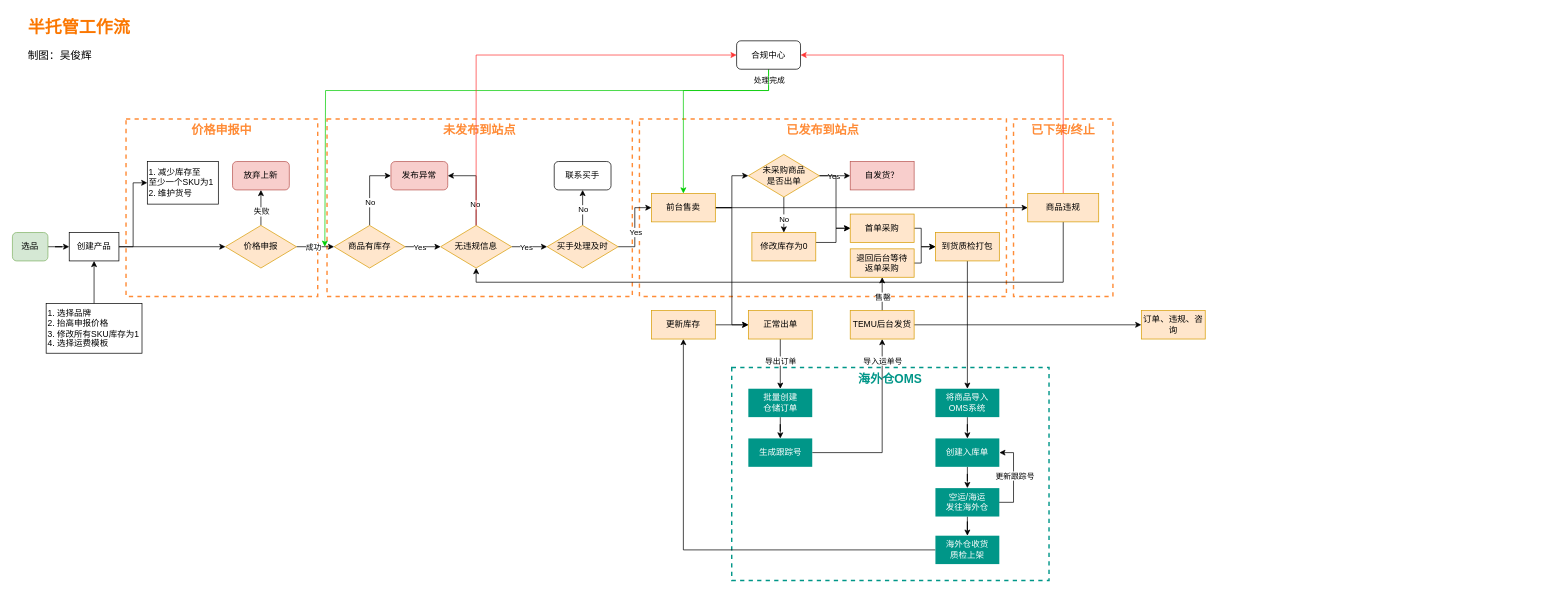
Wu-JunHui/Drawings keeps this draw.io diagram as Semi-Managed Workflow.drawio. Above is the earlier version. Source tidied: cells renumbered, new cells numbered last; positions are measured from the earlier drawing's top-left corner, leaving out a move shared by most shapes. Both pictures are drawn from the tidied source at 71%, with x=0, y=0 at pixel (12, 12).
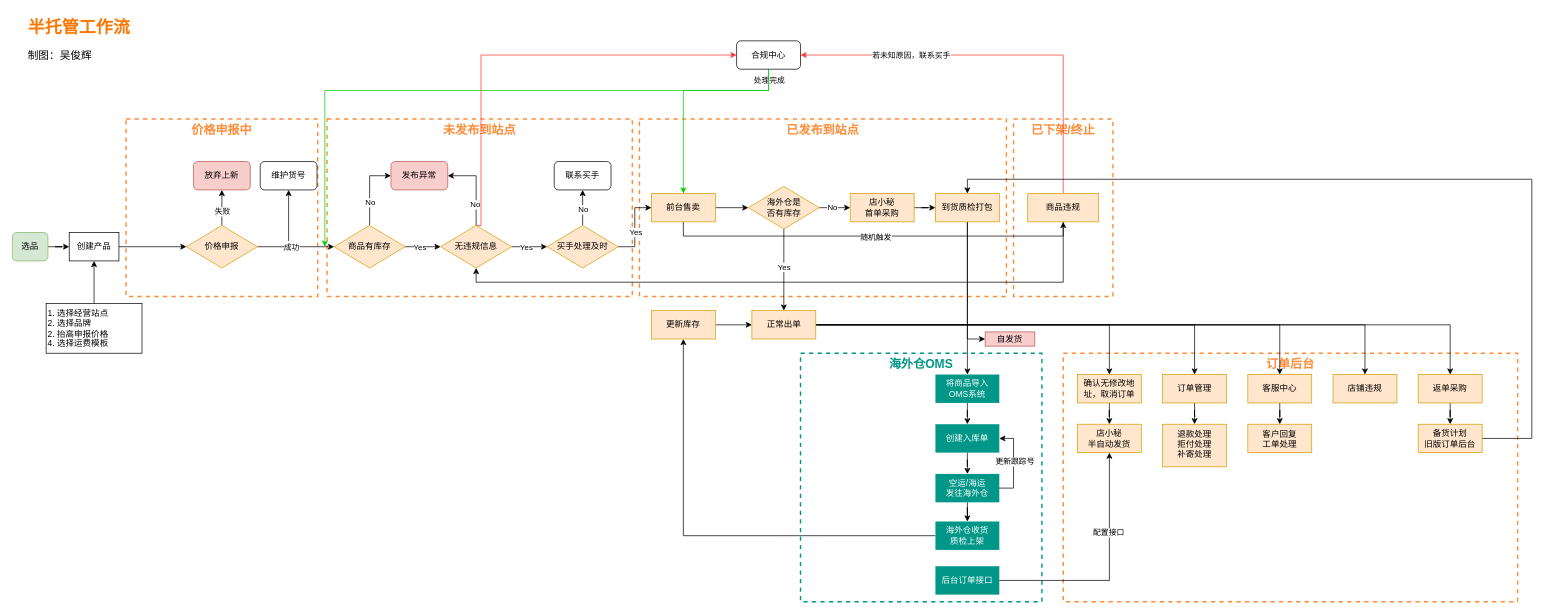
The same page after the edit.

Unchanged cells that the change refers to:
```xml
<mxCell id="11" value="创建产品" style="rounded=0;whiteSpace=wrap;html=1;" parent="1" vertex="1">
  <mxGeometry x="80" y="310" width="70" height="40" as="geometry" />
</mxCell>
<mxCell id="21" value="前台售卖" style="whiteSpace=wrap;html=1;fillColor=#ffe6cc;strokeColor=#d79b00;rounded=0;" parent="1" vertex="1">
  <mxGeometry x="900" y="255" width="90" height="40" as="geometry" />
</mxCell>
<mxCell id="31" value="无违规信息" style="rhombus;whiteSpace=wrap;html=1;rounded=0;fillColor=#ffe6cc;strokeColor=#d79b00;" parent="1" vertex="1">
  <mxGeometry x="603.1" y="300" width="100" height="60" as="geometry" />
</mxCell>
<mxCell id="42" value="合规中心" style="rounded=1;whiteSpace=wrap;html=1;" parent="1" vertex="1">
  <mxGeometry x="1020" y="40" width="90" height="40" as="geometry" />
</mxCell>
<mxCell id="43" style="edgeStyle=orthogonalEdgeStyle;rounded=0;jettySize=auto;html=1;entryX=1;entryY=0.5;entryDx=0;entryDy=0;exitX=0.5;exitY=0;exitDx=0;exitDy=0;strokeColor=#FF3333;" parent="1" edge="1" source="45" target="42">
  <mxGeometry relative="1" as="geometry">
    <Array as="points">
      <mxPoint x="1480" y="60" />
    </Array>
  </mxGeometry>
</mxCell>
<mxCell id="45" value="商品违规" style="whiteSpace=wrap;html=1;fillColor=#ffe6cc;strokeColor=#d79b00;rounded=0;" parent="1" vertex="1">
  <mxGeometry x="1430" y="255" width="100" height="40" as="geometry" />
</mxCell>
```

What changed in the source:
```diff
@@
+    <mxCell id="91" value="订单后台" style="rounded=0;whiteSpace=wrap;html=1;align=center;fillColor=none;horizontal=1;verticalAlign=top;fontColor=#ff8b36;fontStyle=1;fontSize=17;strokeWidth=2;strokeColor=#ff8c37;dashed=1;" parent="1" vertex="1">
+      <mxGeometry x="1480" y="480" width="640" height="350" as="geometry" />
+    </mxCell>
     <mxCell id="2" value="&lt;font&gt;海外仓OMS&lt;/font&gt;" style="rounded=0;whiteSpace=wrap;html=1;align=center;fillColor=none;horizontal=1;verticalAlign=top;fontColor=#009688;fontStyle=1;fontSize=17;strokeWidth=2;strokeColor=#009688;dashed=1;" parent="1" vertex="1">
-      <mxGeometry x="1013.1" y="500" width="446.9" height="300" as="geometry" />
+      <mxGeometry x="1110" y="480" width="340" height="350" as="geometry" />
     </mxCell>
@@
-    <mxCell id="9" style="edgeStyle=orthogonalEdgeStyle;rounded=0;jettySize=auto;html=1;entryX=0;entryY=0.5;entryDx=0;entryDy=0;" parent="1" edge="1" source="11" target="47">
-      <mxGeometry relative="1" as="geometry" />
-    </mxCell>
@@
     <mxCell id="16" value="价格申报" style="rhombus;whiteSpace=wrap;html=1;rounded=0;fillColor=#ffe6cc;strokeColor=#d79b00;" parent="1" vertex="1">
-      <mxGeometry x="300" y="300" width="100" height="60" as="geometry" />
+      <mxGeometry x="245" y="300" width="100" height="60" as="geometry" />
     </mxCell>
     <mxCell id="17" value="放弃上新" style="rounded=1;whiteSpace=wrap;html=1;fillColor=#f8cecc;strokeColor=#b85450;" parent="1" vertex="1">
-      <mxGeometry x="310" y="210" width="80" height="40" as="geometry" />
+      <mxGeometry x="255" y="210" width="80" height="40" as="geometry" />
     </mxCell>
@@
-    <mxCell id="19" style="edgeStyle=orthogonalEdgeStyle;rounded=0;jettySize=auto;html=1;entryX=0;entryY=0.5;entryDx=0;entryDy=0;" parent="1" edge="1" source="21" target="75">
-      <mxGeometry relative="1" as="geometry" />
-    </mxCell>
-    <mxCell id="20" style="edgeStyle=orthogonalEdgeStyle;rounded=0;jettySize=auto;html=1;entryX=0;entryY=0.5;entryDx=0;entryDy=0;" parent="1" edge="1" source="21" target="45">
-      <mxGeometry relative="1" as="geometry" />
+    <mxCell id="20" style="edgeStyle=orthogonalEdgeStyle;rounded=0;jettySize=auto;html=1;entryX=0.5;entryY=1;entryDx=0;entryDy=0;" parent="1" edge="1" source="21" target="45">
+      <mxGeometry relative="1" as="geometry">
+        <Array as="points">
+          <mxPoint x="945" y="315" />
+          <mxPoint x="1480" y="315" />
+        </Array>
+      </mxGeometry>
     </mxCell>
+    <mxCell id="92" value="随机触发" style="edgeLabel;html=1;align=center;verticalAlign=middle;" parent="20" vertex="1">
+      <mxGeometry x="0.01" y="-1" relative="1" as="geometry" />
+    </mxCell>
@@
     <mxCell id="41" style="edgeStyle=orthogonalEdgeStyle;rounded=0;jettySize=auto;html=1;strokeColor=#00CC00;" parent="1" edge="1" source="42">
       <mxGeometry relative="1" as="geometry">
         <mxPoint x="440" y="330" as="targetPoint" />
         <Array as="points">
           <mxPoint x="1065" y="110" />
-          <mxPoint x="441" y="110" />
-          <mxPoint x="441" y="330" />
+          <mxPoint x="440" y="110" />
         </Array>
       </mxGeometry>
     </mxCell>
@@
+    <mxCell id="93" value="若未知原因，联系买手" style="edgeLabel;html=1;align=center;verticalAlign=middle;" parent="43" vertex="1">
+      <mxGeometry x="0.45" relative="1" as="geometry" />
+    </mxCell>
@@
     <mxCell id="46" style="edgeStyle=orthogonalEdgeStyle;rounded=0;jettySize=auto;html=1;entryX=0;entryY=0.5;entryDx=0;entryDy=0;exitX=0.5;exitY=0;exitDx=0;exitDy=0;strokeColor=#FF3333;" parent="1" edge="1" source="31" target="42">
-      <mxGeometry relative="1" as="geometry" />
+      <mxGeometry relative="1" as="geometry">
+        <Array as="points">
+          <mxPoint x="660" y="300" />
+          <mxPoint x="660" y="60" />
+        </Array>
+      </mxGeometry>
     </mxCell>
-    <mxCell id="47" value="&lt;div style=&quot;&quot;&gt;&lt;span style=&quot;background-color: initial;&quot;&gt;1. 减少库存至&lt;/span&gt;&lt;/div&gt;&lt;div&gt;至少一个SKU为1&lt;/div&gt;&lt;div&gt;2. 维护货号&lt;/div&gt;" style="rounded=0;whiteSpace=wrap;html=1;spacingTop=0;align=left;" parent="1" vertex="1">
-      <mxGeometry x="190" y="210" width="100" height="60" as="geometry" />
-    </mxCell>
-    <mxCell id="48" style="edgeStyle=orthogonalEdgeStyle;rounded=0;jettySize=auto;html=1;entryX=0;entryY=0.5;entryDx=0;entryDy=0;" parent="1" edge="1" source="53" target="54">
-      <mxGeometry relative="1" as="geometry" />
-    </mxCell>
-    <mxCell id="49" value="Yes" style="edgeLabel;html=1;align=center;verticalAlign=middle;" parent="48" vertex="1">
-      <mxGeometry x="-0.09" relative="1" as="geometry" />
-    </mxCell>
-    <mxCell id="50" style="edgeStyle=orthogonalEdgeStyle;rounded=0;jettySize=auto;html=1;entryX=0.5;entryY=0;entryDx=0;entryDy=0;" parent="1" edge="1" source="53" target="56">
+    <mxCell id="50" style="edgeStyle=orthogonalEdgeStyle;rounded=0;jettySize=auto;html=1;entryX=0.5;entryY=0;entryDx=0;entryDy=0;" parent="1" edge="1" source="53" target="75">
       <mxGeometry relative="1" as="geometry" />
     </mxCell>
-    <mxCell id="51" value="No" style="edgeLabel;html=1;align=center;verticalAlign=middle;" parent="50" vertex="1">
+    <mxCell id="51" value="Yes" style="edgeLabel;html=1;align=center;verticalAlign=middle;" parent="50" vertex="1">
       <mxGeometry x="-0.31" relative="1" as="geometry">
         <mxPoint y="13" as="offset" />
       </mxGeometry>
     </mxCell>
     <mxCell id="52" style="edgeStyle=orthogonalEdgeStyle;rounded=0;jettySize=auto;html=1;entryX=0;entryY=0.5;entryDx=0;entryDy=0;" parent="1" edge="1" source="53" target="72">
-      <mxGeometry relative="1" as="geometry">
-        <Array as="points">
-          <mxPoint x="1160" y="230" />
-          <mxPoint x="1160" y="304" />
-        </Array>
-      </mxGeometry>
+      <mxGeometry relative="1" as="geometry" />
     </mxCell>
+    <mxCell id="94" value="No" style="edgeLabel;html=1;align=center;verticalAlign=middle;" parent="52" vertex="1">
+      <mxGeometry x="0.1" y="1" relative="1" as="geometry">
+        <mxPoint x="-6" as="offset" />
+      </mxGeometry>
+    </mxCell>
-    <mxCell id="53" value="未采购商品&lt;div&gt;是否出单&lt;/div&gt;" style="rhombus;whiteSpace=wrap;html=1;rounded=0;fillColor=#ffe6cc;strokeColor=#d79b00;" parent="1" vertex="1">
-      <mxGeometry x="1036.5" y="200" width="100" height="60" as="geometry" />
+    <mxCell id="53" value="海外仓是&lt;div&gt;否有库存&lt;/div&gt;" style="rhombus;whiteSpace=wrap;html=1;rounded=0;fillColor=#ffe6cc;strokeColor=#d79b00;" parent="1" vertex="1">
+      <mxGeometry x="1036.5" y="245" width="100" height="60" as="geometry" />
     </mxCell>
-    <mxCell id="54" value="自发货？" style="whiteSpace=wrap;html=1;fillColor=#f8cecc;strokeColor=#b85450;rounded=0;" parent="1" vertex="1">
-      <mxGeometry x="1180" y="210" width="90" height="40" as="geometry" />
-    </mxCell>
-    <mxCell id="55" style="edgeStyle=orthogonalEdgeStyle;rounded=0;jettySize=auto;html=1;entryX=0;entryY=0.5;entryDx=0;entryDy=0;" parent="1" edge="1" source="56" target="72">
-      <mxGeometry relative="1" as="geometry">
-        <Array as="points">
-          <mxPoint x="1160" y="324" />
-          <mxPoint x="1160" y="304" />
-        </Array>
-      </mxGeometry>
-    </mxCell>
-    <mxCell id="56" value="修改库存为0" style="whiteSpace=wrap;html=1;fillColor=#ffe6cc;strokeColor=#d79b00;rounded=0;" parent="1" vertex="1">
-      <mxGeometry x="1041.5" y="310" width="90" height="40" as="geometry" />
-    </mxCell>
@@
+    <mxCell id="95" style="edgeStyle=orthogonalEdgeStyle;rounded=0;jettySize=auto;html=1;entryX=0;entryY=0.5;entryDx=0;entryDy=0;" parent="1" edge="1" source="58" target="108">
+      <mxGeometry relative="1" as="geometry" />
+    </mxCell>
     <mxCell id="58" value="到货质检打包" style="whiteSpace=wrap;html=1;fillColor=#ffe6cc;strokeColor=#d79b00;rounded=0;" parent="1" vertex="1">
-      <mxGeometry x="1300" y="310" width="90" height="40" as="geometry" />
+      <mxGeometry x="1300" y="255" width="90" height="40" as="geometry" />
     </mxCell>
@@
     <mxCell id="60" value="将商品导入&lt;div&gt;OMS系统&lt;/div&gt;" style="whiteSpace=wrap;html=1;fillColor=#009688;strokeColor=none;rounded=0;fontColor=#FFFFFF;" parent="1" vertex="1">
-      <mxGeometry x="1300" y="530" width="90" height="40" as="geometry" />
+      <mxGeometry x="1300" y="510" width="90" height="40" as="geometry" />
     </mxCell>
@@
     <mxCell id="62" value="创建入库单" style="whiteSpace=wrap;html=1;fillColor=#009688;strokeColor=none;rounded=0;fontColor=#FFFFFF;" parent="1" vertex="1">
-      <mxGeometry x="1300" y="600" width="90" height="40" as="geometry" />
+      <mxGeometry x="1300" y="580" width="90" height="40" as="geometry" />
     </mxCell>
@@
     <mxCell id="64" style="edgeStyle=orthogonalEdgeStyle;rounded=0;jettySize=auto;html=1;entryX=1;entryY=0.5;entryDx=0;entryDy=0;" parent="1" edge="1" target="62">
       <mxGeometry relative="1" as="geometry">
-        <mxPoint x="1360" y="690" as="sourcePoint" />
+        <mxPoint x="1360" y="670" as="sourcePoint" />
         <Array as="points">
-          <mxPoint x="1410" y="690" />
-          <mxPoint x="1410" y="620" />
+          <mxPoint x="1410" y="670" />
+          <mxPoint x="1410" y="600" />
         </Array>
       </mxGeometry>
     </mxCell>
@@
     <mxCell id="66" value="空运/海运&lt;div&gt;发往海外仓&lt;/div&gt;" style="whiteSpace=wrap;html=1;fillColor=#009688;strokeColor=none;rounded=0;fontColor=#FFFFFF;" parent="1" vertex="1">
-      <mxGeometry x="1300" y="670" width="90" height="40" as="geometry" />
+      <mxGeometry x="1300" y="650" width="90" height="40" as="geometry" />
     </mxCell>
@@
     <mxCell id="68" value="海外仓收货&lt;div&gt;质检上架&lt;/div&gt;" style="whiteSpace=wrap;html=1;fillColor=#009688;strokeColor=none;rounded=0;fontColor=#FFFFFF;" parent="1" vertex="1">
-      <mxGeometry x="1300" y="737" width="90" height="40" as="geometry" />
+      <mxGeometry x="1300" y="717" width="90" height="40" as="geometry" />
     </mxCell>
@@
     <mxCell id="71" style="edgeStyle=orthogonalEdgeStyle;rounded=0;jettySize=auto;html=1;entryX=0;entryY=0.5;entryDx=0;entryDy=0;" parent="1" edge="1" source="72" target="58">
-      <mxGeometry relative="1" as="geometry">
-        <Array as="points">
-          <mxPoint x="1280" y="304" />
-          <mxPoint x="1280" y="330" />
-        </Array>
-      </mxGeometry>
+      <mxGeometry relative="1" as="geometry" />
     </mxCell>
-    <mxCell id="72" value="首单采购" style="whiteSpace=wrap;html=1;fillColor=#ffe6cc;strokeColor=#d79b00;rounded=0;" parent="1" vertex="1">
-      <mxGeometry x="1180" y="284" width="90" height="40" as="geometry" />
+    <mxCell id="72" value="店小秘&lt;div&gt;首单采购&lt;/div&gt;" style="whiteSpace=wrap;html=1;fillColor=#ffe6cc;strokeColor=#d79b00;rounded=0;" parent="1" vertex="1">
+      <mxGeometry x="1180" y="255" width="90" height="40" as="geometry" />
     </mxCell>
-    <mxCell id="73" style="edgeStyle=orthogonalEdgeStyle;rounded=0;jettySize=auto;html=1;entryX=0.5;entryY=0;entryDx=0;entryDy=0;" parent="1" edge="1" source="75" target="77">
-      <mxGeometry relative="1" as="geometry" />
-    </mxCell>
-    <mxCell id="74" value="导出订单" style="edgeLabel;html=1;align=center;verticalAlign=middle;" parent="73" vertex="1">
-      <mxGeometry x="-0.32" relative="1" as="geometry">
-        <mxPoint y="6" as="offset" />
-      </mxGeometry>
-    </mxCell>
+    <mxCell id="96" style="edgeStyle=orthogonalEdgeStyle;rounded=0;jettySize=auto;html=1;entryX=0.5;entryY=0;entryDx=0;entryDy=0;" parent="1" edge="1" source="75" target="110">
+      <mxGeometry relative="1" as="geometry" />
+    </mxCell>
+    <mxCell id="97" style="edgeStyle=orthogonalEdgeStyle;rounded=0;jettySize=auto;html=1;entryX=0.5;entryY=0;entryDx=0;entryDy=0;" parent="1" edge="1" source="75" target="90">
+      <mxGeometry relative="1" as="geometry" />
+    </mxCell>
+    <mxCell id="98" style="edgeStyle=orthogonalEdgeStyle;rounded=0;jettySize=auto;html=1;entryX=0.5;entryY=0;entryDx=0;entryDy=0;" parent="1" edge="1" source="75" target="114">
+      <mxGeometry relative="1" as="geometry" />
+    </mxCell>
+    <mxCell id="99" style="edgeStyle=orthogonalEdgeStyle;rounded=0;jettySize=auto;html=1;entryX=0.5;entryY=0;entryDx=0;entryDy=0;" parent="1" edge="1" source="75" target="112">
+      <mxGeometry relative="1" as="geometry" />
+    </mxCell>
+    <mxCell id="100" style="edgeStyle=orthogonalEdgeStyle;rounded=0;jettySize=auto;html=1;entryX=0.5;entryY=0;entryDx=0;entryDy=0;" parent="1" edge="1" source="75" target="116">
+      <mxGeometry relative="1" as="geometry" />
+    </mxCell>
     <mxCell id="75" value="正常出单" style="whiteSpace=wrap;html=1;fillColor=#ffe6cc;strokeColor=#d79b00;rounded=0;" parent="1" vertex="1">
-      <mxGeometry x="1036.5" y="420" width="90" height="40" as="geometry" />
+      <mxGeometry x="1041.5" y="420" width="90" height="40" as="geometry" />
     </mxCell>
-    <mxCell id="76" style="edgeStyle=orthogonalEdgeStyle;rounded=0;jettySize=auto;html=1;" parent="1" edge="1" source="77" target="80">
-      <mxGeometry relative="1" as="geometry" />
-    </mxCell>
-    <mxCell id="77" value="批量创建&lt;div&gt;仓储订单&lt;/div&gt;" style="whiteSpace=wrap;html=1;fillColor=#009688;strokeColor=none;rounded=0;fontColor=#FFFFFF;" parent="1" vertex="1">
-      <mxGeometry x="1036.5" y="530" width="90" height="40" as="geometry" />
-    </mxCell>
-    <mxCell id="78" style="edgeStyle=orthogonalEdgeStyle;rounded=0;jettySize=auto;html=1;" parent="1" edge="1" source="80" target="84">
-      <mxGeometry relative="1" as="geometry" />
-    </mxCell>
-    <mxCell id="79" value="导入运单号" style="edgeLabel;html=1;align=center;verticalAlign=middle;" parent="78" vertex="1">
-      <mxGeometry x="-0.13" y="1" relative="1" as="geometry">
-        <mxPoint x="1" y="-116" as="offset" />
-      </mxGeometry>
-    </mxCell>
-    <mxCell id="80" value="生成跟踪号" style="whiteSpace=wrap;html=1;fillColor=#009688;strokeColor=none;rounded=0;fontColor=#FFFFFF;" parent="1" vertex="1">
-      <mxGeometry x="1036.5" y="600" width="90" height="40" as="geometry" />
-    </mxCell>
-    <mxCell id="81" style="edgeStyle=orthogonalEdgeStyle;rounded=0;jettySize=auto;html=1;entryX=0.5;entryY=1;entryDx=0;entryDy=0;" parent="1" edge="1" source="84" target="88">
-      <mxGeometry relative="1" as="geometry" />
-    </mxCell>
-    <mxCell id="82" value="售罄" style="edgeLabel;html=1;align=center;verticalAlign=middle;" parent="81" vertex="1">
-      <mxGeometry x="-0.13" relative="1" as="geometry" />
-    </mxCell>
-    <mxCell id="83" style="edgeStyle=orthogonalEdgeStyle;rounded=0;jettySize=auto;html=1;" parent="1" edge="1" source="84" target="90">
-      <mxGeometry relative="1" as="geometry" />
-    </mxCell>
-    <mxCell id="84" value="TEMU后台发货" style="whiteSpace=wrap;html=1;fillColor=#ffe6cc;strokeColor=#d79b00;rounded=0;" parent="1" vertex="1">
-      <mxGeometry x="1180" y="420" width="90" height="40" as="geometry" />
+    <mxCell id="84" value="店小秘&lt;div&gt;半自动发货&lt;/div&gt;" style="whiteSpace=wrap;html=1;fillColor=#ffe6cc;strokeColor=#d79b00;rounded=0;" parent="1" vertex="1">
+      <mxGeometry x="1500" y="580" width="90" height="40" as="geometry" />
     </mxCell>
@@
-    <mxCell id="86" value="1. 选择品牌&lt;div&gt;2. 抬高申报价格&lt;/div&gt;&lt;div&gt;3. 修改所有SKU库存为1&lt;/div&gt;&lt;div&gt;4. 选择运费模板&lt;/div&gt;" style="rounded=0;whiteSpace=wrap;html=1;align=left;" parent="1" vertex="1">
+    <mxCell id="86" value="1.&amp;nbsp;&lt;span style=&quot;background-color: transparent; color: light-dark(rgb(0, 0, 0), rgb(255, 255, 255));&quot;&gt;选择经营站点&lt;/span&gt;&lt;div&gt;2. 选择品牌&lt;br&gt;&lt;div&gt;&lt;div&gt;2. 抬高申报价格&lt;/div&gt;&lt;div&gt;&lt;span style=&quot;background-color: transparent; color: light-dark(rgb(0, 0, 0), rgb(255, 255, 255));&quot;&gt;4. 选择运费模板&lt;/span&gt;&lt;/div&gt;&lt;/div&gt;&lt;/div&gt;" style="rounded=0;whiteSpace=wrap;html=1;align=left;" parent="1" vertex="1">
       <mxGeometry x="47.5" y="410" width="135" height="70" as="geometry" />
     </mxCell>
-    <mxCell id="87" style="edgeStyle=orthogonalEdgeStyle;rounded=0;jettySize=auto;html=1;entryX=0;entryY=0.5;entryDx=0;entryDy=0;" parent="1" edge="1" source="88" target="58">
-      <mxGeometry relative="1" as="geometry">
-        <Array as="points">
-          <mxPoint x="1280" y="353" />
-          <mxPoint x="1280" y="330" />
-        </Array>
-      </mxGeometry>
-    </mxCell>
-    <mxCell id="88" value="&lt;span style=&quot;background-color: initial;&quot;&gt;退回后台&lt;/span&gt;&lt;span style=&quot;background-color: initial;&quot;&gt;等待&lt;/span&gt;&lt;div&gt;&lt;span style=&quot;background-color: initial;&quot;&gt;返单采购&lt;/span&gt;&lt;/div&gt;" style="whiteSpace=wrap;html=1;fillColor=#ffe6cc;strokeColor=#d79b00;rounded=0;" parent="1" vertex="1">
-      <mxGeometry x="1180" y="333" width="90" height="40" as="geometry" />
-    </mxCell>
@@
+    <mxCell id="101" style="edgeStyle=orthogonalEdgeStyle;rounded=0;jettySize=auto;html=1;entryX=0.5;entryY=0;entryDx=0;entryDy=0;" parent="1" edge="1" source="90" target="111">
+      <mxGeometry relative="1" as="geometry" />
+    </mxCell>
-    <mxCell id="90" value="订单、违规、咨询" style="whiteSpace=wrap;html=1;fillColor=#ffe6cc;strokeColor=#d79b00;rounded=0;" parent="1" vertex="1">
-      <mxGeometry x="1590" y="420" width="90" height="40" as="geometry" />
+    <mxCell id="90" value="订单管理" style="whiteSpace=wrap;html=1;fillColor=#ffe6cc;strokeColor=#d79b00;rounded=0;" parent="1" vertex="1">
+      <mxGeometry x="1620" y="510" width="90" height="40" as="geometry" />
     </mxCell>
+    <mxCell id="102" value="维护货号" style="rounded=1;whiteSpace=wrap;html=1;" parent="1" vertex="1">
+      <mxGeometry x="349" y="210" width="80" height="40" as="geometry" />
+    </mxCell>
+    <mxCell id="103" style="endArrow=classic;html=1;rounded=0;" parent="1" edge="1">
+      <mxGeometry relative="1" as="geometry">
+        <mxPoint x="389" y="322" as="sourcePoint" />
+        <mxPoint x="389" y="250" as="targetPoint" />
+      </mxGeometry>
+    </mxCell>
+    <mxCell id="104" style="edgeStyle=orthogonalEdgeStyle;rounded=0;jettySize=auto;html=1;entryX=0.5;entryY=1;entryDx=0;entryDy=0;" parent="1" edge="1" source="106" target="84">
+      <mxGeometry relative="1" as="geometry" />
+    </mxCell>
+    <mxCell id="105" value="配置接口" style="edgeLabel;html=1;align=center;verticalAlign=middle;" parent="104" vertex="1">
+      <mxGeometry x="0.33" y="2" relative="1" as="geometry" />
+    </mxCell>
+    <mxCell id="106" value="后台订单接口" style="whiteSpace=wrap;html=1;fillColor=#009688;strokeColor=none;rounded=0;fontColor=#FFFFFF;" parent="1" vertex="1">
+      <mxGeometry x="1300" y="780" width="90" height="40" as="geometry" />
+    </mxCell>
+    <mxCell id="107" value="&lt;div&gt;客户回复&lt;/div&gt;&lt;div&gt;工单处理&lt;/div&gt;&lt;div&gt;&lt;br&gt;&lt;/div&gt;" style="whiteSpace=wrap;html=1;fillColor=#ffe6cc;strokeColor=#d79b00;rounded=0;verticalAlign=top;" parent="1" vertex="1">
+      <mxGeometry x="1740" y="580" width="90" height="40" as="geometry" />
+    </mxCell>
+    <mxCell id="108" value="自发货" style="whiteSpace=wrap;html=1;fillColor=#f8cecc;strokeColor=#b85450;rounded=0;" parent="1" vertex="1">
+      <mxGeometry x="1370" y="450" width="70" height="20" as="geometry" />
+    </mxCell>
+    <mxCell id="109" style="edgeStyle=orthogonalEdgeStyle;rounded=0;jettySize=auto;html=1;entryX=0.5;entryY=0;entryDx=0;entryDy=0;" parent="1" edge="1" source="110" target="84">
+      <mxGeometry relative="1" as="geometry" />
+    </mxCell>
+    <mxCell id="110" value="确认无修改地址，取消订单" style="whiteSpace=wrap;html=1;fillColor=#ffe6cc;strokeColor=#d79b00;rounded=0;" parent="1" vertex="1">
+      <mxGeometry x="1500" y="510" width="90" height="40" as="geometry" />
+    </mxCell>
+    <mxCell id="111" value="退款处理&lt;div&gt;拒付处理&lt;/div&gt;&lt;div&gt;补寄处理&lt;/div&gt;&lt;div&gt;&lt;br&gt;&lt;/div&gt;" style="whiteSpace=wrap;html=1;fillColor=#ffe6cc;strokeColor=#d79b00;rounded=0;align=center;verticalAlign=top;" parent="1" vertex="1">
+      <mxGeometry x="1620" y="580" width="90" height="60" as="geometry" />
+    </mxCell>
+    <mxCell id="112" value="&lt;div&gt;店铺违规&lt;/div&gt;" style="whiteSpace=wrap;html=1;fillColor=#ffe6cc;strokeColor=#d79b00;rounded=0;" parent="1" vertex="1">
+      <mxGeometry x="1860" y="510" width="90" height="40" as="geometry" />
+    </mxCell>
+    <mxCell id="113" style="edgeStyle=orthogonalEdgeStyle;rounded=0;jettySize=auto;html=1;entryX=0.5;entryY=0;entryDx=0;entryDy=0;" parent="1" edge="1" source="114" target="107">
+      <mxGeometry relative="1" as="geometry" />
+    </mxCell>
+    <mxCell id="114" value="客服中心" style="whiteSpace=wrap;html=1;fillColor=#ffe6cc;strokeColor=#d79b00;rounded=0;" parent="1" vertex="1">
+      <mxGeometry x="1740" y="510" width="90" height="40" as="geometry" />
+    </mxCell>
+    <mxCell id="115" style="edgeStyle=orthogonalEdgeStyle;rounded=0;jettySize=auto;html=1;" parent="1" edge="1" source="116" target="118">
+      <mxGeometry relative="1" as="geometry" />
+    </mxCell>
+    <mxCell id="116" value="返单采购" style="whiteSpace=wrap;html=1;fillColor=#ffe6cc;strokeColor=#d79b00;rounded=0;" parent="1" vertex="1">
+      <mxGeometry x="1980" y="510" width="90" height="40" as="geometry" />
+    </mxCell>
+    <mxCell id="117" style="edgeStyle=orthogonalEdgeStyle;rounded=0;jettySize=auto;html=1;entryX=0.5;entryY=0;entryDx=0;entryDy=0;" parent="1" edge="1" source="118" target="58">
+      <mxGeometry relative="1" as="geometry">
+        <Array as="points">
+          <mxPoint x="2140" y="600" />
+          <mxPoint x="2140" y="235" />
+          <mxPoint x="1345" y="235" />
+        </Array>
+      </mxGeometry>
+    </mxCell>
+    <mxCell id="118" value="备货计划&lt;div&gt;旧版订单后台&lt;/div&gt;" style="whiteSpace=wrap;html=1;fillColor=#ffe6cc;strokeColor=#d79b00;rounded=0;" parent="1" vertex="1">
+      <mxGeometry x="1980" y="580" width="90" height="40" as="geometry" />
+    </mxCell>
```
